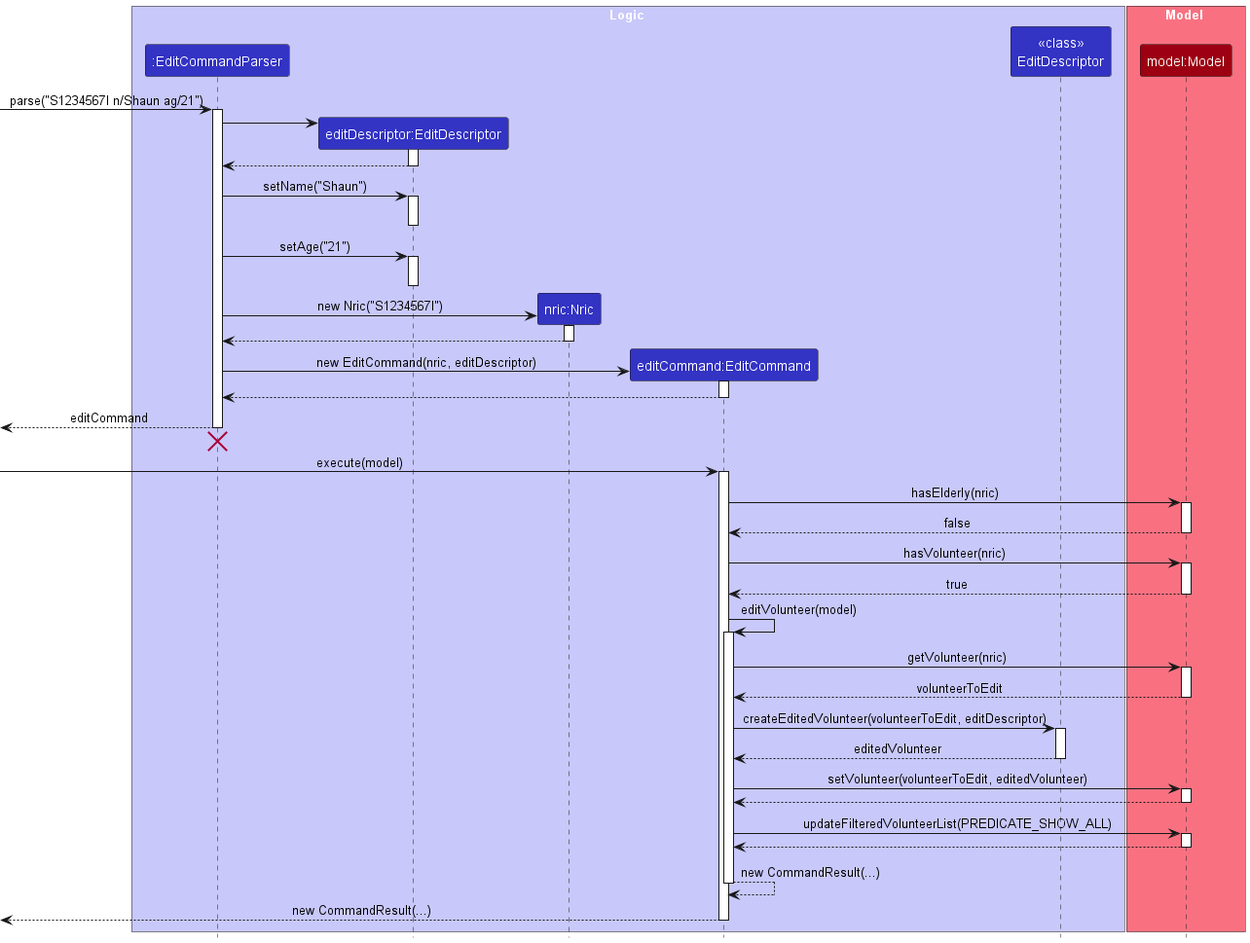
Above: docs/images/developerGuide/EditSequenceDiagram.png in nus-cs2103-AY2223S2/tp (PlantUML), before the change. Its diagram source:
```plantuml
@startuml
!include ../style.puml

box Logic LOGIC_COLOR_T1
participant ":EditCommandParser" as EditCommandParser LOGIC_COLOR
participant "editDescriptor:EditDescriptor" as EditDescriptor LOGIC_COLOR
participant "nric:Nric" as Nric LOGIC_COLOR
participant "editCommand:EditCommand" as EditCommand LOGIC_COLOR
participant "<<class>>\nEditDescriptor" as EditDescriptorStatic LOGIC_COLOR
end box

box Model MODEL_COLOR_T1
participant "model:Model" as Model MODEL_COLOR
end box

[-> EditCommandParser : parse("S1234567I n/Shaun ag/21")
activate EditCommandParser

create EditDescriptor
EditCommandParser -> EditDescriptor
activate EditDescriptor
EditDescriptor --> EditCommandParser
deactivate EditDescriptor

EditCommandParser -> EditDescriptor : setName("Shaun")
activate EditDescriptor
deactivate EditDescriptor

EditCommandParser -> EditDescriptor : setAge("21")
activate EditDescriptor
deactivate EditDescriptor

create Nric
EditCommandParser -> Nric : new Nric("S1234567I")
activate Nric
Nric --> EditCommandParser
deactivate Nric

create EditCommand
EditCommandParser -> EditCommand : new EditCommand(nric, editDescriptor)
activate EditCommand
EditCommand --> EditCommandParser
deactivate EditCommand

EditCommandParser -->[ : editCommand
deactivate EditCommandParser
EditCommandParser -[hidden]-> EditCommand
destroy EditCommandParser

[-> EditCommand : execute(model)
activate EditCommand

EditCommand -> Model : hasElderly(nric)
activate Model
Model --> EditCommand : false
deactivate Model

EditCommand -> Model : hasVolunteer(nric)
activate Model
Model --> EditCommand : true
deactivate Model

EditCommand -> EditCommand : editVolunteer(model)
activate EditCommand

EditCommand -> Model : getVolunteer(nric)
activate Model
Model --> EditCommand : volunteerToEdit
deactivate Model

EditCommand -> EditDescriptorStatic : createEditedVolunteer(volunteerToEdit, editDescriptor)
activate EditDescriptorStatic
EditDescriptorStatic --> EditCommand : editedVolunteer
deactivate EditDescriptorStatic

EditCommand -> Model : setVolunteer(volunteerToEdit, editedVolunteer)
activate Model
Model --> EditCommand
deactivate Model

EditCommand -> Model : updateFilteredVolunteerList(PREDICATE_SHOW_ALL)
activate Model
Model --> EditCommand
deactivate Model

EditCommand --> EditCommand : new CommandResult(...)
deactivate EditCommand

EditCommand -->[ : new CommandResult(...)
deactivate EditCommand

@enduml
```
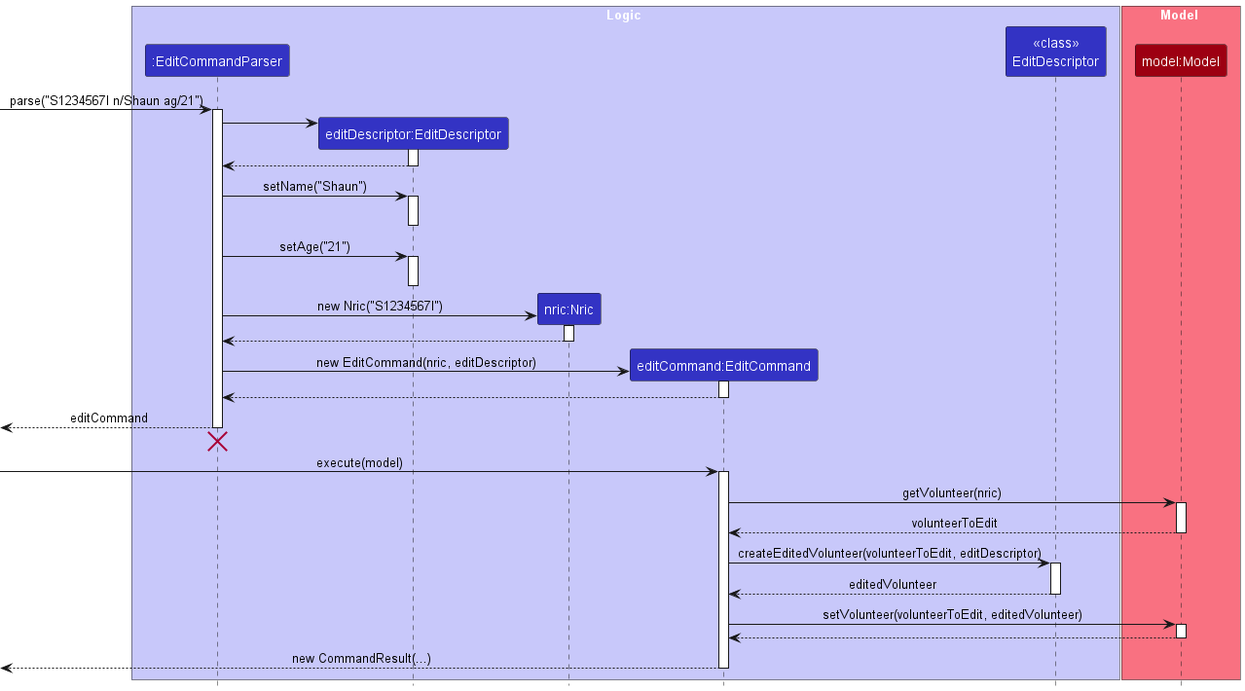
After the change.

Commit message:
Simplify diagram in DG

The edit, as a diff of the source:
```diff
@@ -50,18 +50,6 @@
 [-> EditCommand : execute(model)
 activate EditCommand
 
-EditCommand -> Model : hasElderly(nric)
-activate Model
-Model --> EditCommand : false
-deactivate Model
-
-EditCommand -> Model : hasVolunteer(nric)
-activate Model
-Model --> EditCommand : true
-deactivate Model
-
-EditCommand -> EditCommand : editVolunteer(model)
-activate EditCommand
 
 EditCommand -> Model : getVolunteer(nric)
 activate Model
@@ -78,14 +66,6 @@
 Model --> EditCommand
 deactivate Model
 
-EditCommand -> Model : updateFilteredVolunteerList(PREDICATE_SHOW_ALL)
-activate Model
-Model --> EditCommand
-deactivate Model
-
-EditCommand --> EditCommand : new CommandResult(...)
-deactivate EditCommand
-
 EditCommand -->[ : new CommandResult(...)
 deactivate EditCommand
 
```
